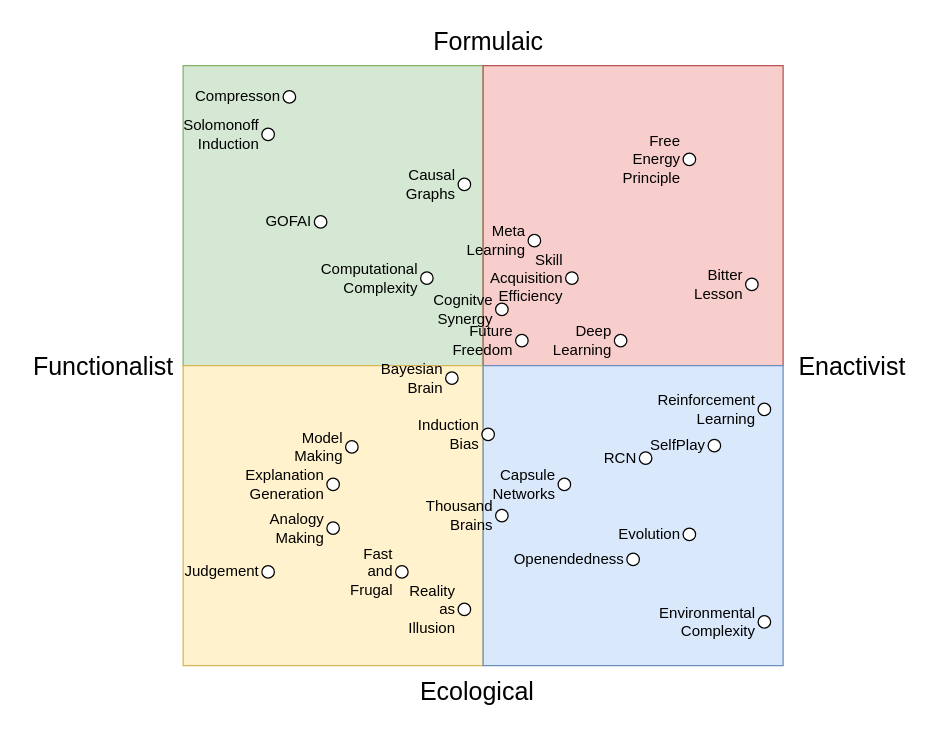
The draw.io diagram agenda_tribe.drawio in codeaudit/1, before the edit. Source tidied: cells renumbered, new cells numbered last; positions are measured from the earlier drawing's top-left corner, leaving out a move shared by most shapes. Both pictures are drawn from the tidied source at 125%, with x=0, y=0 at pixel (21, 21).
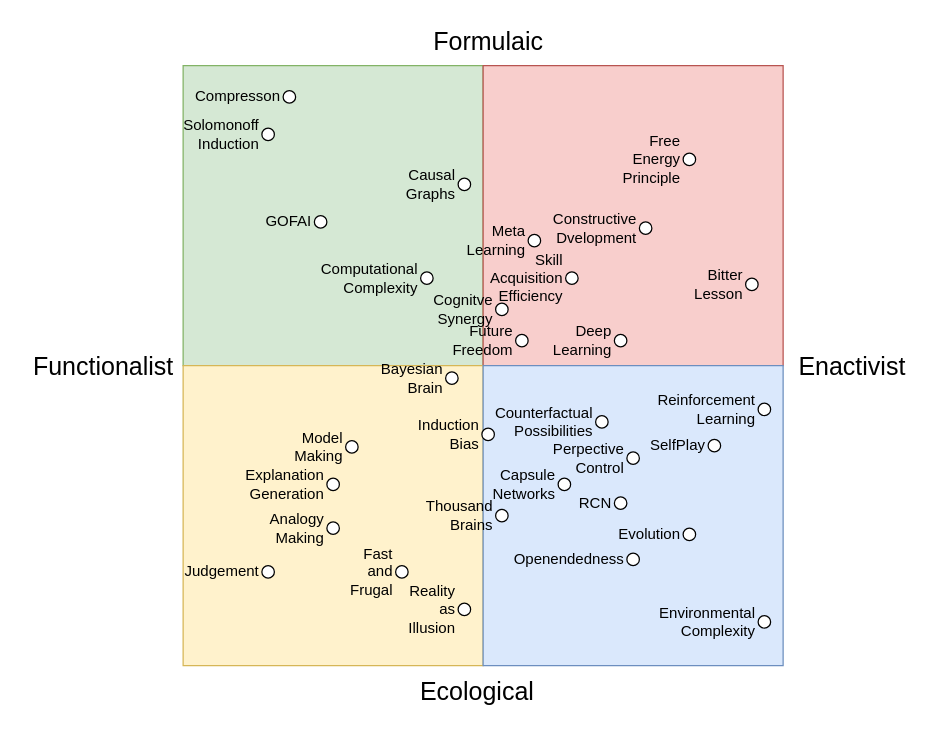
Above is the later version.

Diff of the diagram source:
```diff
@@
     <mxCell id="28" value="RCN" style="ellipse;whiteSpace=wrap;html=1;fontSize=12;labelPosition=left;verticalLabelPosition=middle;align=right;verticalAlign=middle;" parent="1" vertex="1">
-      <mxGeometry x="494" y="344" width="10" height="10" as="geometry" />
+      <mxGeometry x="474" y="380" width="10" height="10" as="geometry" />
     </mxCell>
@@
+    <mxCell id="38" value="Counterfactual&lt;br&gt;Possibilities" style="ellipse;whiteSpace=wrap;html=1;fontSize=12;labelPosition=left;verticalLabelPosition=middle;align=right;verticalAlign=middle;" parent="1" vertex="1">
+      <mxGeometry x="459" y="315" width="10" height="10" as="geometry" />
+    </mxCell>
+    <mxCell id="39" value="Constructive&lt;br&gt;Dvelopment" style="ellipse;whiteSpace=wrap;html=1;fontSize=12;labelPosition=left;verticalLabelPosition=middle;align=right;verticalAlign=middle;" parent="1" vertex="1">
+      <mxGeometry x="494" y="160" width="10" height="10" as="geometry" />
+    </mxCell>
+    <mxCell id="40" value="Perpective&lt;br&gt;Control" style="ellipse;whiteSpace=wrap;html=1;fontSize=12;labelPosition=left;verticalLabelPosition=middle;align=right;verticalAlign=middle;" parent="1" vertex="1">
+      <mxGeometry x="484" y="344" width="10" height="10" as="geometry" />
+    </mxCell>
```
